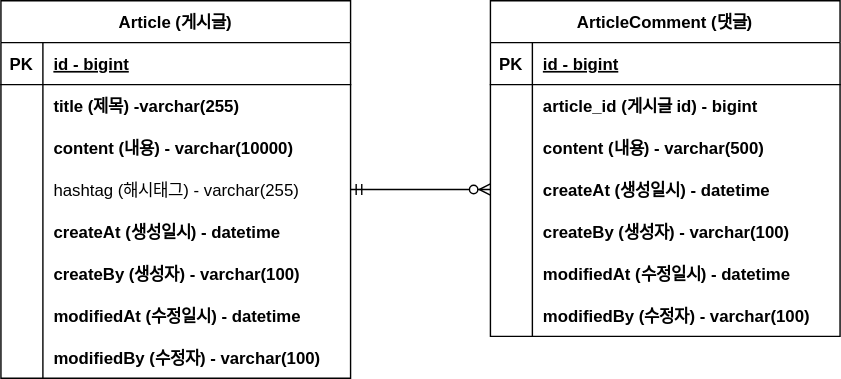
The draw.io diagram document/project-board-erd.svg in min-zi/project-board, before a commit. Source tidied: cells renumbered, new cells last; positions are measured from the earlier drawing's top-left corner, leaving out a move shared by most shapes.
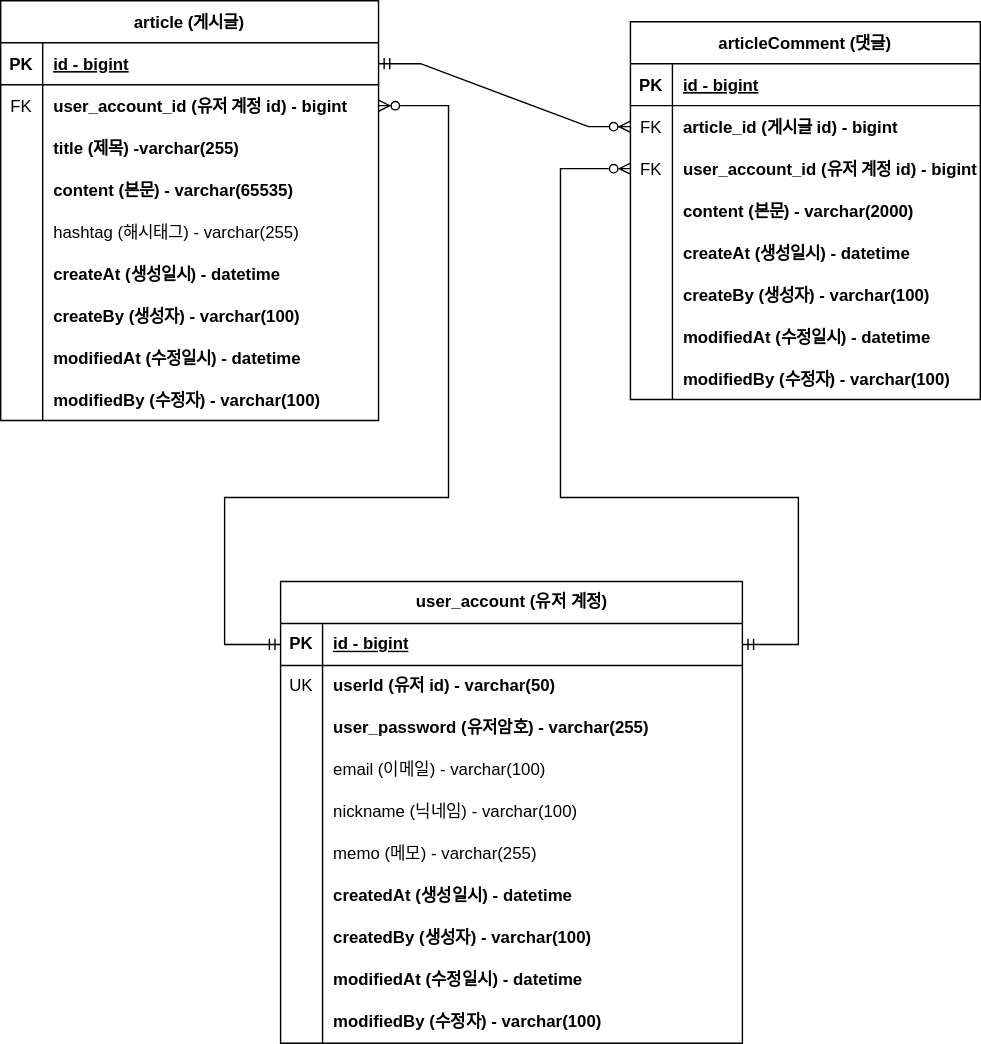
The same file after the commit.

Commit message:
project-board-erd.svg 유저 계정 추가

Change to the diagram source:
```diff
@@ -4,7 +4,7 @@
     <mxCell id="1" parent="0" />
-    <mxCell id="2" value="Article (게시글)" style="shape=table;startSize=30;rowLines=0;fontStyle=1;align=center;" parent="1" vertex="1">
-      <mxGeometry width="250" height="270" as="geometry" />
+    <mxCell id="2" value="article (게시글)" style="shape=table;startSize=30;rowLines=0;fontStyle=1;align=center;" parent="1" vertex="1">
+      <mxGeometry x="-60" y="-15" width="270" height="300" as="geometry" />
     </mxCell>
     <mxCell id="3" style="shape=partialRectangle;fillColor=none;points=[[0,0.5],[1,0.5]];portConstraint=eastwest;top=0;left=0;right=0;bottom=1;" parent="2" vertex="1">
-      <mxGeometry y="30" width="250" height="30" as="geometry" />
+      <mxGeometry y="30" width="270" height="30" as="geometry" />
     </mxCell>
@@ -14,15 +14,24 @@
     <mxCell id="5" value="id - bigint" style="shape=partialRectangle;overflow=hidden;fillColor=none;top=0;left=0;bottom=0;right=0;align=left;spacingLeft=6;fontStyle=5;" parent="3" vertex="1">
-      <mxGeometry x="30" width="220" height="30" as="geometry" />
+      <mxGeometry x="30" width="240" height="30" as="geometry" />
     </mxCell>
     <mxCell id="6" style="shape=partialRectangle;fillColor=none;points=[[0,0.5],[1,0.5]];portConstraint=eastwest;top=0;left=0;right=0;bottom=0;" parent="2" vertex="1">
-      <mxGeometry y="60" width="250" height="30" as="geometry" />
+      <mxGeometry y="60" width="270" height="30" as="geometry" />
     </mxCell>
-    <mxCell id="7" style="shape=partialRectangle;overflow=hidden;fillColor=none;top=0;left=0;bottom=0;right=0;" parent="6" vertex="1">
+    <mxCell id="7" value="FK" style="shape=partialRectangle;overflow=hidden;fillColor=none;top=0;left=0;bottom=0;right=0;" parent="6" vertex="1">
       <mxGeometry width="30" height="30" as="geometry" />
     </mxCell>
-    <mxCell id="8" value="title (제목) -varchar(255)" style="shape=partialRectangle;overflow=hidden;fillColor=none;top=0;left=0;bottom=0;right=0;align=left;spacingLeft=6;fontStyle=1;" parent="6" vertex="1">
-      <mxGeometry x="30" width="220" height="30" as="geometry" />
+    <mxCell id="8" value="user_account_id (유저 계정 id) - bigint" style="shape=partialRectangle;overflow=hidden;fillColor=none;top=0;left=0;bottom=0;right=0;align=left;spacingLeft=6;fontStyle=1;" parent="6" vertex="1">
+      <mxGeometry x="30" width="240" height="30" as="geometry" />
     </mxCell>
+    <mxCell id="50" style="shape=partialRectangle;fillColor=none;top=0;left=0;right=0;bottom=0;" parent="2" vertex="1">
+      <mxGeometry y="90" width="270" height="30" as="geometry" />
+    </mxCell>
+    <mxCell id="51" style="shape=partialRectangle;overflow=hidden;fillColor=none;top=0;left=0;bottom=0;right=0;" parent="50" vertex="1">
+      <mxGeometry width="30" height="30" as="geometry" />
+    </mxCell>
+    <mxCell id="52" value="title (제목) -varchar(255)" style="shape=partialRectangle;overflow=hidden;fillColor=none;top=0;left=0;bottom=0;right=0;align=left;spacingLeft=6;fontStyle=1;" parent="50" vertex="1">
+      <mxGeometry x="30" width="240" height="30" as="geometry" />
+    </mxCell>
     <mxCell id="9" style="shape=partialRectangle;fillColor=none;top=0;left=0;right=0;bottom=0;" parent="2" vertex="1">
-      <mxGeometry y="90" width="250" height="30" as="geometry" />
+      <mxGeometry y="120" width="270" height="30" as="geometry" />
     </mxCell>
@@ -31,7 +40,7 @@
     </mxCell>
-    <mxCell id="11" value="content (내용) - varchar(10000)" style="shape=partialRectangle;overflow=hidden;fillColor=none;top=0;left=0;bottom=0;right=0;align=left;spacingLeft=6;fontStyle=1;" parent="9" vertex="1">
-      <mxGeometry x="30" width="220" height="30" as="geometry" />
+    <mxCell id="11" value="content (본문) - varchar(65535)" style="shape=partialRectangle;overflow=hidden;fillColor=none;top=0;left=0;bottom=0;right=0;align=left;spacingLeft=6;fontStyle=1;" parent="9" vertex="1">
+      <mxGeometry x="30" width="240" height="30" as="geometry" />
     </mxCell>
     <mxCell id="12" style="shape=partialRectangle;fillColor=none;points=[[0,0.5],[1,0.5]];portConstraint=eastwest;top=0;left=0;right=0;bottom=0;" parent="2" vertex="1">
-      <mxGeometry y="120" width="250" height="30" as="geometry" />
+      <mxGeometry y="150" width="270" height="30" as="geometry" />
     </mxCell>
@@ -41,6 +50,6 @@
     <mxCell id="14" value="hashtag (해시태그) - varchar(255)" style="shape=partialRectangle;overflow=hidden;fillColor=none;top=0;left=0;bottom=0;right=0;align=left;spacingLeft=6;" parent="12" vertex="1">
-      <mxGeometry x="30" width="220" height="30" as="geometry" />
+      <mxGeometry x="30" width="240" height="30" as="geometry" />
     </mxCell>
     <mxCell id="15" style="shape=partialRectangle;fillColor=none;top=0;left=0;right=0;bottom=0;" parent="2" vertex="1">
-      <mxGeometry y="150" width="250" height="30" as="geometry" />
+      <mxGeometry y="180" width="270" height="30" as="geometry" />
     </mxCell>
@@ -50,6 +59,6 @@
     <mxCell id="17" value="createAt (생성일시) - datetime" style="shape=partialRectangle;overflow=hidden;fillColor=none;top=0;left=0;bottom=0;right=0;align=left;spacingLeft=6;fontStyle=1;" parent="15" vertex="1">
-      <mxGeometry x="30" width="220" height="30" as="geometry" />
+      <mxGeometry x="30" width="240" height="30" as="geometry" />
     </mxCell>
     <mxCell id="18" style="shape=partialRectangle;fillColor=none;top=0;left=0;right=0;bottom=0;" parent="2" vertex="1">
-      <mxGeometry y="180" width="250" height="30" as="geometry" />
+      <mxGeometry y="210" width="270" height="30" as="geometry" />
     </mxCell>
@@ -59,6 +68,6 @@
     <mxCell id="20" value="createBy (생성자) - varchar(100)" style="shape=partialRectangle;overflow=hidden;fillColor=none;top=0;left=0;bottom=0;right=0;align=left;spacingLeft=6;fontStyle=1;" parent="18" vertex="1">
-      <mxGeometry x="30" width="220" height="30" as="geometry" />
+      <mxGeometry x="30" width="240" height="30" as="geometry" />
     </mxCell>
     <mxCell id="21" style="shape=partialRectangle;fillColor=none;top=0;left=0;right=0;bottom=0;" parent="2" vertex="1">
-      <mxGeometry y="210" width="250" height="30" as="geometry" />
+      <mxGeometry y="240" width="270" height="30" as="geometry" />
     </mxCell>
@@ -68,6 +77,6 @@
     <mxCell id="23" value="modifiedAt (수정일시) - datetime" style="shape=partialRectangle;overflow=hidden;fillColor=none;top=0;left=0;bottom=0;right=0;align=left;spacingLeft=6;fontStyle=1;" parent="21" vertex="1">
-      <mxGeometry x="30" width="220" height="30" as="geometry" />
+      <mxGeometry x="30" width="240" height="30" as="geometry" />
     </mxCell>
     <mxCell id="24" style="shape=partialRectangle;fillColor=none;top=0;left=0;right=0;bottom=0;" parent="2" vertex="1">
-      <mxGeometry y="240" width="250" height="30" as="geometry" />
+      <mxGeometry y="270" width="270" height="30" as="geometry" />
     </mxCell>
@@ -77,6 +86,6 @@
     <mxCell id="26" value="modifiedBy (수정자) - varchar(100)" style="shape=partialRectangle;overflow=hidden;fillColor=none;top=0;left=0;bottom=0;right=0;align=left;spacingLeft=6;fontStyle=1;" parent="24" vertex="1">
-      <mxGeometry x="30" width="220" height="30" as="geometry" />
+      <mxGeometry x="30" width="240" height="30" as="geometry" />
     </mxCell>
-    <mxCell id="27" value="ArticleComment (댓글)" style="shape=table;startSize=30;rowLines=0;fontStyle=1;align=center;" parent="1" vertex="1">
-      <mxGeometry x="350" width="250" height="240" as="geometry" />
+    <mxCell id="27" value="articleComment (댓글)" style="shape=table;startSize=30;rowLines=0;fontStyle=1;align=center;" parent="1" vertex="1">
+      <mxGeometry x="390" width="250" height="270" as="geometry" />
     </mxCell>
@@ -94,3 +103,3 @@
     </mxCell>
-    <mxCell id="32" style="shape=partialRectangle;overflow=hidden;fillColor=none;top=0;left=0;bottom=0;right=0;" parent="31" vertex="1">
+    <mxCell id="32" value="FK" style="shape=partialRectangle;overflow=hidden;fillColor=none;top=0;left=0;bottom=0;right=0;" parent="31" vertex="1">
       <mxGeometry width="30" height="30" as="geometry" />
@@ -100,4 +109,13 @@
     </mxCell>
+    <mxCell id="53" style="shape=partialRectangle;fillColor=none;points=[[0,0.5],[1,0.5]];portConstraint=eastwest;top=0;left=0;right=0;bottom=0;" parent="27" vertex="1">
+      <mxGeometry y="90" width="250" height="30" as="geometry" />
+    </mxCell>
+    <mxCell id="54" value="FK" style="shape=partialRectangle;overflow=hidden;fillColor=none;top=0;left=0;bottom=0;right=0;" parent="53" vertex="1">
+      <mxGeometry width="30" height="30" as="geometry" />
+    </mxCell>
+    <mxCell id="55" value="user_account_id (유저 계정 id) - bigint" style="shape=partialRectangle;overflow=hidden;fillColor=none;top=0;left=0;bottom=0;right=0;align=left;spacingLeft=6;fontStyle=1;" parent="53" vertex="1">
+      <mxGeometry x="30" width="220" height="30" as="geometry" />
+    </mxCell>
     <mxCell id="34" style="shape=partialRectangle;fillColor=none;top=0;left=0;right=0;bottom=0;" parent="27" vertex="1">
-      <mxGeometry y="90" width="250" height="30" as="geometry" />
+      <mxGeometry y="120" width="250" height="30" as="geometry" />
     </mxCell>
@@ -106,3 +124,3 @@
     </mxCell>
-    <mxCell id="36" value="content (내용) - varchar(500)" style="shape=partialRectangle;overflow=hidden;fillColor=none;top=0;left=0;bottom=0;right=0;align=left;spacingLeft=6;fontStyle=1;" parent="34" vertex="1">
+    <mxCell id="36" value="content (본문) - varchar(2000)" style="shape=partialRectangle;overflow=hidden;fillColor=none;top=0;left=0;bottom=0;right=0;align=left;spacingLeft=6;fontStyle=1;" parent="34" vertex="1">
       <mxGeometry x="30" width="220" height="30" as="geometry" />
@@ -110,3 +128,3 @@
     <mxCell id="37" style="shape=partialRectangle;fillColor=none;points=[[0,0.5],[1,0.5]];portConstraint=eastwest;top=0;left=0;right=0;bottom=0;" parent="27" vertex="1">
-      <mxGeometry y="120" width="250" height="30" as="geometry" />
+      <mxGeometry y="150" width="250" height="30" as="geometry" />
     </mxCell>
@@ -119,3 +137,3 @@
     <mxCell id="40" style="shape=partialRectangle;fillColor=none;top=0;left=0;right=0;bottom=0;" parent="27" vertex="1">
-      <mxGeometry y="150" width="250" height="30" as="geometry" />
+      <mxGeometry y="180" width="250" height="30" as="geometry" />
     </mxCell>
@@ -128,3 +146,3 @@
     <mxCell id="43" style="shape=partialRectangle;fillColor=none;top=0;left=0;right=0;bottom=0;" parent="27" vertex="1">
-      <mxGeometry y="180" width="250" height="30" as="geometry" />
+      <mxGeometry y="210" width="250" height="30" as="geometry" />
     </mxCell>
@@ -137,3 +155,3 @@
     <mxCell id="46" style="shape=partialRectangle;fillColor=none;top=0;left=0;right=0;bottom=0;" parent="27" vertex="1">
-      <mxGeometry y="210" width="250" height="30" as="geometry" />
+      <mxGeometry y="240" width="250" height="30" as="geometry" />
     </mxCell>
@@ -145,5 +163,127 @@
     </mxCell>
-    <mxCell id="49" style="edgeStyle=entityRelationEdgeStyle;fontSize=12;html=1;endArrow=ERzeroToMany;startArrow=ERmandOne;rounded=0;exitX=1;exitY=0.5;exitDx=0;exitDy=0;entryX=0;entryY=0.5;entryDx=0;entryDy=0;" parent="1" edge="1" source="12" target="37">
-      <mxGeometry relative="1" as="geometry" />
+    <mxCell id="49" style="edgeStyle=entityRelationEdgeStyle;fontSize=12;html=1;endArrow=ERzeroToMany;startArrow=ERmandOne;rounded=0;entryX=0;entryY=0.5;entryDx=0;entryDy=0;exitX=1;exitY=0.5;exitDx=0;exitDy=0;" parent="1" edge="1" source="3" target="31">
+      <mxGeometry relative="1" as="geometry">
+        <Array as="points">
+          <mxPoint x="280" y="170" />
+          <mxPoint x="290" y="110" />
+          <mxPoint x="260" y="70" />
+          <mxPoint x="280" y="240" />
+          <mxPoint x="305" y="210" />
+          <mxPoint x="310" y="250" />
+        </Array>
+      </mxGeometry>
     </mxCell>
+    <mxCell id="56" value="user_account (유저 계정)" style="shape=table;startSize=30;rowLines=0;fontStyle=1;align=center;html=1;" parent="1" vertex="1">
+      <mxGeometry x="140" y="400" width="330" height="330" as="geometry" />
+    </mxCell>
+    <mxCell id="57" style="shape=tableRow;horizontal=0;startSize=0;swimlaneHead=0;swimlaneBody=0;fillColor=none;points=[[0,0.5],[1,0.5]];portConstraint=eastwest;top=0;left=0;right=0;bottom=1;" parent="56" vertex="1">
+      <mxGeometry y="30" width="330" height="30" as="geometry" />
+    </mxCell>
+    <mxCell id="58" value="PK" style="shape=partialRectangle;fillColor=none;top=0;left=0;bottom=0;right=0;fontStyle=1;overflow=hidden;whiteSpace=wrap;html=1;" parent="57" vertex="1">
+      <mxGeometry width="30" height="30" as="geometry" />
+    </mxCell>
+    <mxCell id="59" value="id - bigint" style="shape=partialRectangle;fillColor=none;top=0;left=0;bottom=0;right=0;align=left;spacingLeft=6;fontStyle=5;overflow=hidden;whiteSpace=wrap;html=1;" parent="57" vertex="1">
+      <mxGeometry x="30" width="300" height="30" as="geometry" />
+    </mxCell>
+    <mxCell id="60" style="shape=tableRow;horizontal=0;startSize=0;swimlaneHead=0;swimlaneBody=0;fillColor=none;top=0;left=0;right=0;bottom=0;" parent="56" vertex="1">
+      <mxGeometry y="60" width="330" height="30" as="geometry" />
+    </mxCell>
+    <mxCell id="61" value="UK" style="shape=partialRectangle;fillColor=none;top=0;left=0;bottom=0;right=0;overflow=hidden;whiteSpace=wrap;html=1;" parent="60" vertex="1">
+      <mxGeometry width="30" height="30" as="geometry" />
+    </mxCell>
+    <mxCell id="62" value="&lt;span&gt;userId (유저 id) - varchar(50)&lt;/span&gt;" style="shape=partialRectangle;fillColor=none;top=0;left=0;bottom=0;right=0;align=left;spacingLeft=6;overflow=hidden;whiteSpace=wrap;html=1;fontStyle=1;" parent="60" vertex="1">
+      <mxGeometry x="30" width="300" height="30" as="geometry" />
+    </mxCell>
+    <mxCell id="63" style="shape=tableRow;horizontal=0;startSize=0;swimlaneHead=0;swimlaneBody=0;fillColor=none;top=0;left=0;right=0;bottom=0;" parent="56" vertex="1">
+      <mxGeometry y="90" width="330" height="30" as="geometry" />
+    </mxCell>
+    <mxCell id="64" style="shape=partialRectangle;fillColor=none;top=0;left=0;bottom=0;right=0;overflow=hidden;whiteSpace=wrap;html=1;" parent="63" vertex="1">
+      <mxGeometry width="30" height="30" as="geometry" />
+    </mxCell>
+    <mxCell id="65" value="user_password (유저암호) - varchar(255)" style="shape=partialRectangle;fillColor=none;top=0;left=0;bottom=0;right=0;align=left;spacingLeft=6;overflow=hidden;whiteSpace=wrap;html=1;fontStyle=1;" parent="63" vertex="1">
+      <mxGeometry x="30" width="300" height="30" as="geometry" />
+    </mxCell>
+    <mxCell id="66" style="shape=tableRow;horizontal=0;startSize=0;swimlaneHead=0;swimlaneBody=0;fillColor=none;top=0;left=0;right=0;bottom=0;" parent="56" vertex="1">
+      <mxGeometry y="120" width="330" height="30" as="geometry" />
+    </mxCell>
+    <mxCell id="67" style="shape=partialRectangle;fillColor=none;top=0;left=0;bottom=0;right=0;overflow=hidden;whiteSpace=wrap;html=1;" parent="66" vertex="1">
+      <mxGeometry width="30" height="30" as="geometry" />
+    </mxCell>
+    <mxCell id="68" value="&lt;span style=&quot;font-weight: normal;&quot;&gt;email (이메일) - varchar(100)&lt;/span&gt;" style="shape=partialRectangle;fillColor=none;top=0;left=0;bottom=0;right=0;align=left;spacingLeft=6;overflow=hidden;whiteSpace=wrap;html=1;fontStyle=1;" parent="66" vertex="1">
+      <mxGeometry x="30" width="300" height="30" as="geometry" />
+    </mxCell>
+    <mxCell id="69" style="shape=tableRow;horizontal=0;startSize=0;swimlaneHead=0;swimlaneBody=0;fillColor=none;top=0;left=0;right=0;bottom=0;" parent="56" vertex="1">
+      <mxGeometry y="150" width="330" height="30" as="geometry" />
+    </mxCell>
+    <mxCell id="70" style="shape=partialRectangle;fillColor=none;top=0;left=0;bottom=0;right=0;overflow=hidden;whiteSpace=wrap;html=1;" parent="69" vertex="1">
+      <mxGeometry width="30" height="30" as="geometry" />
+    </mxCell>
+    <mxCell id="71" value="&lt;span style=&quot;font-weight: normal;&quot;&gt;nickname (닉네임) - varchar(100)&lt;/span&gt;" style="shape=partialRectangle;fillColor=none;top=0;left=0;bottom=0;right=0;align=left;spacingLeft=6;overflow=hidden;whiteSpace=wrap;html=1;fontStyle=1;" parent="69" vertex="1">
+      <mxGeometry x="30" width="300" height="30" as="geometry" />
+    </mxCell>
+    <mxCell id="72" style="shape=tableRow;horizontal=0;startSize=0;swimlaneHead=0;swimlaneBody=0;fillColor=none;top=0;left=0;right=0;bottom=0;" parent="56" vertex="1">
+      <mxGeometry y="180" width="330" height="30" as="geometry" />
+    </mxCell>
+    <mxCell id="73" style="shape=partialRectangle;fillColor=none;top=0;left=0;bottom=0;right=0;overflow=hidden;whiteSpace=wrap;html=1;" parent="72" vertex="1">
+      <mxGeometry width="30" height="30" as="geometry" />
+    </mxCell>
+    <mxCell id="74" value="&lt;span style=&quot;font-weight: normal;&quot;&gt;memo (메모) - varchar(255)&lt;/span&gt;" style="shape=partialRectangle;fillColor=none;top=0;left=0;bottom=0;right=0;align=left;spacingLeft=6;overflow=hidden;whiteSpace=wrap;html=1;fontStyle=1;" parent="72" vertex="1">
+      <mxGeometry x="30" width="300" height="30" as="geometry" />
+    </mxCell>
+    <mxCell id="75" style="shape=tableRow;horizontal=0;startSize=0;swimlaneHead=0;swimlaneBody=0;fillColor=none;top=0;left=0;right=0;bottom=0;" parent="56" vertex="1">
+      <mxGeometry y="210" width="330" height="30" as="geometry" />
+    </mxCell>
+    <mxCell id="76" style="shape=partialRectangle;fillColor=none;top=0;left=0;bottom=0;right=0;overflow=hidden;whiteSpace=wrap;html=1;" parent="75" vertex="1">
+      <mxGeometry width="30" height="30" as="geometry" />
+    </mxCell>
+    <mxCell id="77" value="createdAt (생성일시) - datetime" style="shape=partialRectangle;fillColor=none;top=0;left=0;bottom=0;right=0;align=left;spacingLeft=6;overflow=hidden;whiteSpace=wrap;html=1;fontStyle=1;" parent="75" vertex="1">
+      <mxGeometry x="30" width="300" height="30" as="geometry" />
+    </mxCell>
+    <mxCell id="78" style="shape=tableRow;horizontal=0;startSize=0;swimlaneHead=0;swimlaneBody=0;fillColor=none;top=0;left=0;right=0;bottom=0;" parent="56" vertex="1">
+      <mxGeometry y="240" width="330" height="30" as="geometry" />
+    </mxCell>
+    <mxCell id="79" style="shape=partialRectangle;fillColor=none;top=0;left=0;bottom=0;right=0;overflow=hidden;whiteSpace=wrap;html=1;" parent="78" vertex="1">
+      <mxGeometry width="30" height="30" as="geometry" />
+    </mxCell>
+    <mxCell id="80" value="createdBy (생성자) - varchar(100)" style="shape=partialRectangle;fillColor=none;top=0;left=0;bottom=0;right=0;align=left;spacingLeft=6;overflow=hidden;whiteSpace=wrap;html=1;fontStyle=1;" parent="78" vertex="1">
+      <mxGeometry x="30" width="300" height="30" as="geometry" />
+    </mxCell>
+    <mxCell id="81" style="shape=tableRow;horizontal=0;startSize=0;swimlaneHead=0;swimlaneBody=0;fillColor=none;top=0;left=0;right=0;bottom=0;" parent="56" vertex="1">
+      <mxGeometry y="270" width="330" height="30" as="geometry" />
+    </mxCell>
+    <mxCell id="82" style="shape=partialRectangle;fillColor=none;top=0;left=0;bottom=0;right=0;overflow=hidden;whiteSpace=wrap;html=1;" parent="81" vertex="1">
+      <mxGeometry width="30" height="30" as="geometry" />
+    </mxCell>
+    <mxCell id="83" value="modifiedAt (수정일시) - datetime" style="shape=partialRectangle;fillColor=none;top=0;left=0;bottom=0;right=0;align=left;spacingLeft=6;overflow=hidden;whiteSpace=wrap;html=1;fontStyle=1;" parent="81" vertex="1">
+      <mxGeometry x="30" width="300" height="30" as="geometry" />
+    </mxCell>
+    <mxCell id="84" style="shape=tableRow;horizontal=0;startSize=0;swimlaneHead=0;swimlaneBody=0;fillColor=none;top=0;left=0;right=0;bottom=0;" parent="56" vertex="1">
+      <mxGeometry y="300" width="330" height="30" as="geometry" />
+    </mxCell>
+    <mxCell id="85" style="shape=partialRectangle;fillColor=none;top=0;left=0;bottom=0;right=0;overflow=hidden;whiteSpace=wrap;html=1;" parent="84" vertex="1">
+      <mxGeometry width="30" height="30" as="geometry" />
+    </mxCell>
+    <mxCell id="86" value="modifiedBy (수정자) - varchar(100)" style="shape=partialRectangle;fillColor=none;top=0;left=0;bottom=0;right=0;align=left;spacingLeft=6;overflow=hidden;whiteSpace=wrap;html=1;fontStyle=1;" parent="84" vertex="1">
+      <mxGeometry x="30" width="300" height="30" as="geometry" />
+    </mxCell>
+    <mxCell id="87" style="endArrow=ERzeroToMany;html=1;rounded=0;entryX=1;entryY=0.5;entryDx=0;entryDy=0;exitX=0;exitY=0.5;exitDx=0;exitDy=0;startArrow=ERmandOne;startFill=0;endFill=0;" parent="1" edge="1" source="57" target="6">
+      <mxGeometry relative="1" as="geometry">
+        <Array as="points">
+          <mxPoint x="100" y="445" />
+          <mxPoint x="100" y="340" />
+          <mxPoint x="260" y="340" />
+          <mxPoint x="260" y="60" />
+        </Array>
+      </mxGeometry>
+    </mxCell>
+    <mxCell id="88" style="endArrow=ERzeroToMany;html=1;rounded=0;entryX=0;entryY=0.5;entryDx=0;entryDy=0;exitX=1;exitY=0.5;exitDx=0;exitDy=0;startArrow=ERmandOne;startFill=0;endFill=0;" parent="1" edge="1" source="57" target="53">
+      <mxGeometry relative="1" as="geometry">
+        <Array as="points">
+          <mxPoint x="510" y="445" />
+          <mxPoint x="510" y="340" />
+          <mxPoint x="340" y="340" />
+          <mxPoint x="340" y="105" />
+        </Array>
+      </mxGeometry>
+    </mxCell>
   </root>
```
